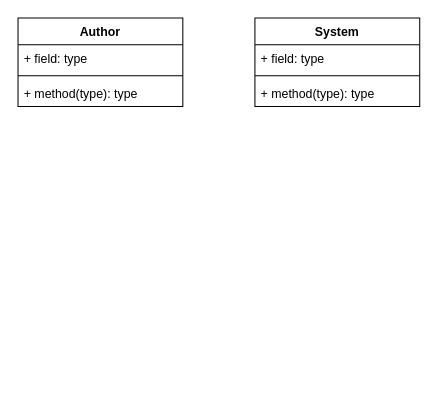
Before: tuto3q4.drawio in justn0thinghere/drawio, a draw.io diagram. Source tidied: cells renumbered, new cells numbered last; positions are measured from the earlier drawing's top-left corner, leaving out a move shared by most shapes. Both pictures are drawn from the tidied source at 103%, with x=0, y=0 at pixel (18, 18).
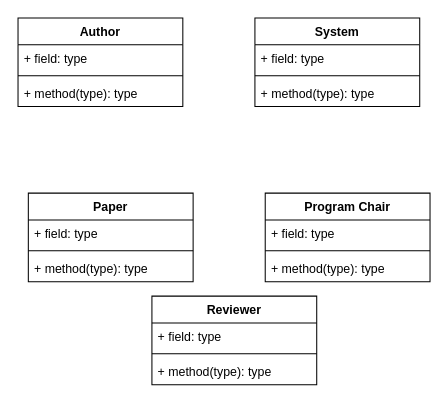
The same page after the edit.

The edit, as a diff of the source:
```diff
@@
+    <mxCell id="10" value="Paper" style="swimlane;fontStyle=1;align=center;verticalAlign=top;horizontal=1;startSize=26;whiteSpace=wrap;html=1;" parent="1" vertex="1">
+      <mxGeometry x="10" y="170" width="160" height="86" as="geometry" />
+    </mxCell>
+    <mxCell id="11" value="+ field: type" style="text;strokeColor=none;fillColor=none;align=left;verticalAlign=top;spacingLeft=4;spacingRight=4;overflow=hidden;whiteSpace=wrap;html=1;" parent="10" vertex="1">
+      <mxGeometry y="26" width="160" height="26" as="geometry" />
+    </mxCell>
+    <mxCell id="12" style="line;strokeWidth=1;fillColor=none;align=left;verticalAlign=middle;spacingTop=-1;spacingLeft=3;spacingRight=3;labelPosition=right;strokeColor=inherit;" parent="10" vertex="1">
+      <mxGeometry y="52" width="160" height="8" as="geometry" />
+    </mxCell>
+    <mxCell id="13" value="+ method(type): type" style="text;strokeColor=none;fillColor=none;align=left;verticalAlign=top;spacingLeft=4;spacingRight=4;overflow=hidden;whiteSpace=wrap;html=1;" parent="10" vertex="1">
+      <mxGeometry y="60" width="160" height="26" as="geometry" />
+    </mxCell>
+    <mxCell id="14" value="Program Chair" style="swimlane;fontStyle=1;align=center;verticalAlign=top;horizontal=1;startSize=26;whiteSpace=wrap;html=1;" parent="1" vertex="1">
+      <mxGeometry x="240" y="170" width="160" height="86" as="geometry" />
+    </mxCell>
+    <mxCell id="15" value="+ field: type" style="text;strokeColor=none;fillColor=none;align=left;verticalAlign=top;spacingLeft=4;spacingRight=4;overflow=hidden;whiteSpace=wrap;html=1;" parent="14" vertex="1">
+      <mxGeometry y="26" width="160" height="26" as="geometry" />
+    </mxCell>
+    <mxCell id="16" style="line;strokeWidth=1;fillColor=none;align=left;verticalAlign=middle;spacingTop=-1;spacingLeft=3;spacingRight=3;labelPosition=right;strokeColor=inherit;" parent="14" vertex="1">
+      <mxGeometry y="52" width="160" height="8" as="geometry" />
+    </mxCell>
+    <mxCell id="17" value="+ method(type): type" style="text;strokeColor=none;fillColor=none;align=left;verticalAlign=top;spacingLeft=4;spacingRight=4;overflow=hidden;whiteSpace=wrap;html=1;" parent="14" vertex="1">
+      <mxGeometry y="60" width="160" height="26" as="geometry" />
+    </mxCell>
+    <mxCell id="18" value="Reviewer" style="swimlane;fontStyle=1;align=center;verticalAlign=top;horizontal=1;startSize=26;whiteSpace=wrap;html=1;" parent="1" vertex="1">
+      <mxGeometry x="130" y="270" width="160" height="86" as="geometry" />
+    </mxCell>
+    <mxCell id="19" value="+ field: type" style="text;strokeColor=none;fillColor=none;align=left;verticalAlign=top;spacingLeft=4;spacingRight=4;overflow=hidden;whiteSpace=wrap;html=1;" parent="18" vertex="1">
+      <mxGeometry y="26" width="160" height="26" as="geometry" />
+    </mxCell>
+    <mxCell id="20" style="line;strokeWidth=1;fillColor=none;align=left;verticalAlign=middle;spacingTop=-1;spacingLeft=3;spacingRight=3;labelPosition=right;strokeColor=inherit;" parent="18" vertex="1">
+      <mxGeometry y="52" width="160" height="8" as="geometry" />
+    </mxCell>
+    <mxCell id="21" value="+ method(type): type" style="text;strokeColor=none;fillColor=none;align=left;verticalAlign=top;spacingLeft=4;spacingRight=4;overflow=hidden;whiteSpace=wrap;html=1;" parent="18" vertex="1">
+      <mxGeometry y="60" width="160" height="26" as="geometry" />
+    </mxCell>
```
